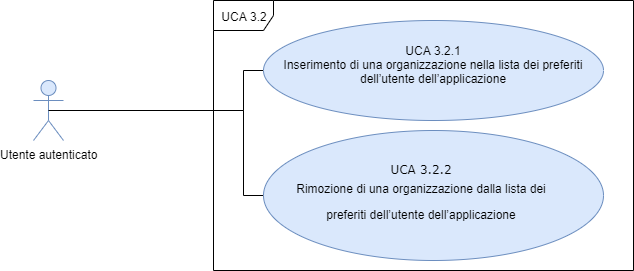
The draw.io diagram DocumentazioneEsterna/AnalisiRequisiti/sezioni/UseCase/Immagini/UCA3.2.png in qb-team/Stalker-Documentazione, before a commit. Source tidied: cells renumbered, new cells last; positions are measured from the earlier drawing's top-left corner, leaving out a move shared by most shapes.
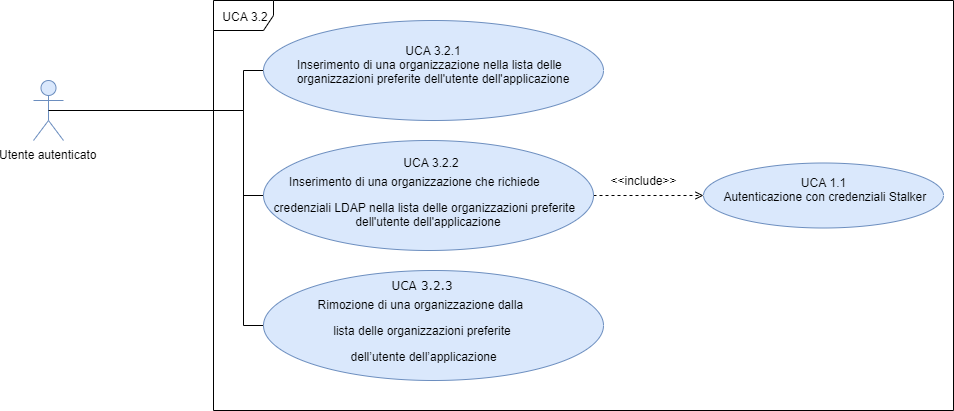
Above is the later version.

The edit, as a diff of the source:
```diff
@@ -3,7 +3,7 @@
     <mxCell id="0" />
     <mxCell id="1" parent="0" />
     <mxCell id="2" value="UCA 3.2" style="shape=umlFrame;whiteSpace=wrap;html=1;fontSize=12;" parent="1" vertex="1">
-      <mxGeometry x="180" width="420" height="270" as="geometry" />
+      <mxGeometry x="180" width="740" height="410" as="geometry" />
     </mxCell>
     <mxCell id="3" value="Utente autenticato" style="shape=umlActor;verticalLabelPosition=bottom;labelBackgroundColor=#ffffff;verticalAlign=top;html=1;outlineConnect=0;fillColor=#dae8fc;strokeColor=#6c8ebf;fontSize=12;" parent="1" vertex="1">
       <mxGeometry y="80" width="30" height="60" as="geometry" />
@@ -16,7 +16,7 @@
         </Array>
       </mxGeometry>
     </mxCell>
-    <mxCell id="5" value="&lt;div style=&quot;font-size: 12px&quot;&gt;&lt;font style=&quot;font-size: 12px&quot;&gt;&lt;span style=&quot;font-size: 12px&quot;&gt;UCA 3.2.1&lt;/span&gt;&lt;/font&gt;&lt;/div&gt;&lt;div style=&quot;font-size: 12px&quot;&gt;&lt;font style=&quot;font-size: 12px&quot;&gt;&lt;span style=&quot;text-indent: -18pt ; font-size: 12px&quot;&gt;Inserimento di una organizzazione nella lista&amp;nbsp;&lt;/span&gt;&lt;span style=&quot;text-indent: -18pt ; font-size: 12px&quot;&gt;dei preferiti dell’utente dell’applicazione&lt;/span&gt;&lt;/font&gt;&lt;/div&gt;&lt;p class=&quot;MsoListParagraph&quot; style=&quot;text-indent: -18pt ; font-size: 12px&quot;&gt;&lt;/p&gt;" style="ellipse;whiteSpace=wrap;html=1;fillColor=#dae8fc;strokeColor=#6c8ebf;fontSize=12;" parent="1" vertex="1">
+    <mxCell id="5" value="&lt;div style=&quot;font-size: 12px&quot;&gt;&lt;font style=&quot;font-size: 12px&quot;&gt;&lt;span style=&quot;font-size: 12px&quot;&gt;UCA 3.2.1&lt;/span&gt;&lt;/font&gt;&lt;/div&gt;&lt;div style=&quot;text-indent: -24px&quot;&gt;&amp;nbsp; &amp;nbsp; &amp;nbsp;Inserimento di una organizzazione nella lista delle organizzazioni preferite dell'utente dell'applicazione&lt;br&gt;&lt;/div&gt;&lt;p class=&quot;MsoListParagraph&quot; style=&quot;text-indent: -18pt ; font-size: 12px&quot;&gt;&lt;/p&gt;" style="ellipse;whiteSpace=wrap;html=1;fillColor=#dae8fc;strokeColor=#6c8ebf;fontSize=12;" parent="1" vertex="1">
       <mxGeometry x="230" y="20" width="340" height="100" as="geometry" />
     </mxCell>
     <mxCell id="6" style="edgeStyle=orthogonalEdgeStyle;rounded=0;jettySize=auto;html=1;exitX=0;exitY=0.5;exitDx=0;exitDy=0;endArrow=none;endFill=0;fontSize=12;" parent="1" edge="1" source="7">
@@ -28,8 +28,25 @@
         </Array>
       </mxGeometry>
     </mxCell>
+    <mxCell id="8" style="edgeStyle=orthogonalEdgeStyle;rounded=0;jettySize=auto;html=1;exitX=1;exitY=0.5;exitDx=0;exitDy=0;endArrow=open;endFill=0;dashed=1;" parent="1" edge="1" source="7" target="11">
+      <mxGeometry relative="1" as="geometry" />
+    </mxCell>
-    <mxCell id="7" value="&lt;p class=&quot;MsoListParagraph&quot; style=&quot;text-indent: -18pt ; font-size: 12px ; line-height: 0%&quot;&gt;&lt;font style=&quot;font-size: 12px&quot;&gt;&lt;font face=&quot;Verdana&quot; style=&quot;font-size: 12px&quot;&gt;UCA 3.2.2&lt;/font&gt;&lt;/font&gt;&lt;/p&gt;&lt;p class=&quot;MsoListParagraph&quot; style=&quot;text-indent: -18pt ; font-size: 12px&quot;&gt;&lt;span style=&quot;text-indent: -18pt&quot;&gt;Rimozione di una organizzazione dalla lista dei&lt;/span&gt;&lt;/p&gt;&lt;p class=&quot;MsoListParagraph&quot; style=&quot;text-indent: -18pt ; font-size: 12px&quot;&gt;&lt;font style=&quot;font-size: 12px&quot;&gt;preferiti dell’utente dell’applicazione&lt;/font&gt;&lt;/p&gt;" style="ellipse;whiteSpace=wrap;html=1;fillColor=#dae8fc;strokeColor=#6c8ebf;fontSize=12;align=center;" parent="1" vertex="1">
-      <mxGeometry x="230" y="130" width="340" height="130" as="geometry" />
+    <mxCell id="7" value="&lt;p class=&quot;MsoListParagraph&quot; style=&quot;text-indent: -18pt ; line-height: 0%&quot;&gt;&amp;nbsp; &amp;nbsp; &amp;nbsp; &amp;nbsp; &amp;nbsp; UCA 3.2.2&amp;nbsp;&lt;/p&gt;&lt;p class=&quot;MsoListParagraph&quot; style=&quot;text-indent: -18pt ; line-height: 120%&quot;&gt;Inserimento di una organizzazione che&amp;nbsp;&lt;span style=&quot;text-indent: -18pt&quot;&gt;richiede&amp;nbsp;&lt;/span&gt;&lt;/p&gt;&lt;p class=&quot;MsoListParagraph&quot; style=&quot;text-indent: -18pt ; line-height: 120%&quot;&gt;&lt;span style=&quot;text-indent: -18pt ; line-height: 50%&quot;&gt;&amp;nbsp; &amp;nbsp; &amp;nbsp;credenziali LDAP nella lista delle organizzazioni preferite dell'utente dell'applicazione&lt;/span&gt;&lt;/p&gt;" style="ellipse;whiteSpace=wrap;html=1;fillColor=#dae8fc;strokeColor=#6c8ebf;fontSize=12;align=center;" parent="1" vertex="1">
+      <mxGeometry x="230" y="140" width="330" height="110" as="geometry" />
     </mxCell>
+    <mxCell id="9" style="edgeStyle=orthogonalEdgeStyle;rounded=0;jettySize=auto;html=1;exitX=0;exitY=0.5;exitDx=0;exitDy=0;endArrow=none;endFill=0;" parent="1" edge="1" source="10">
+      <mxGeometry relative="1" as="geometry">
+        <mxPoint x="210" y="190" as="targetPoint" />
+      </mxGeometry>
+    </mxCell>
+    <mxCell id="10" value="&lt;p class=&quot;MsoListParagraph&quot; style=&quot;text-indent: -18pt ; font-size: 12px ; line-height: 0%&quot;&gt;&lt;font style=&quot;font-size: 12px&quot;&gt;&lt;font face=&quot;Verdana&quot; style=&quot;font-size: 12px&quot;&gt;UCA 3.2.3&lt;/font&gt;&lt;/font&gt;&lt;/p&gt;&lt;p class=&quot;MsoListParagraph&quot; style=&quot;text-indent: -18pt ; font-size: 12px&quot;&gt;&lt;span style=&quot;text-indent: -18pt&quot;&gt;Rimozione di una organizzazione dalla&amp;nbsp;&lt;/span&gt;&lt;/p&gt;&lt;div style=&quot;text-indent: -24px&quot;&gt;&lt;span&gt;lista delle organizzazioni preferite&lt;/span&gt;&lt;/div&gt;&lt;p class=&quot;MsoListParagraph&quot; style=&quot;text-indent: -18pt ; font-size: 12px&quot;&gt;&lt;span style=&quot;text-indent: -18pt&quot;&gt;&amp;nbsp;dell’utente dell’applicazione&lt;/span&gt;&lt;/p&gt;" style="ellipse;whiteSpace=wrap;html=1;fillColor=#dae8fc;strokeColor=#6c8ebf;fontSize=12;align=center;" parent="1" vertex="1">
+      <mxGeometry x="230" y="270" width="340" height="110" as="geometry" />
+    </mxCell>
+    <mxCell id="11" value="&lt;div style=&quot;font-size: 12px&quot;&gt;UCA 1.1&lt;/div&gt;&lt;div style=&quot;font-size: 12px&quot;&gt;&amp;nbsp;Autenticazione con credenziali Stalker&lt;/div&gt;&lt;p class=&quot;MsoListParagraph&quot; style=&quot;text-indent: -18pt ; font-size: 12px&quot;&gt;&lt;/p&gt;" style="ellipse;whiteSpace=wrap;html=1;fillColor=#dae8fc;strokeColor=#6c8ebf;fontSize=12;" parent="1" vertex="1">
+      <mxGeometry x="670" y="162.5" width="240" height="65" as="geometry" />
+    </mxCell>
+    <mxCell id="12" value="&amp;lt;&amp;lt;include&amp;gt;&amp;gt;" style="text;html=1;strokeColor=none;fillColor=none;align=center;verticalAlign=middle;whiteSpace=wrap;rounded=0;" parent="1" vertex="1">
+      <mxGeometry x="590" y="170" width="40" height="20" as="geometry" />
+    </mxCell>
   </root>
 </mxGraphModel>
```
